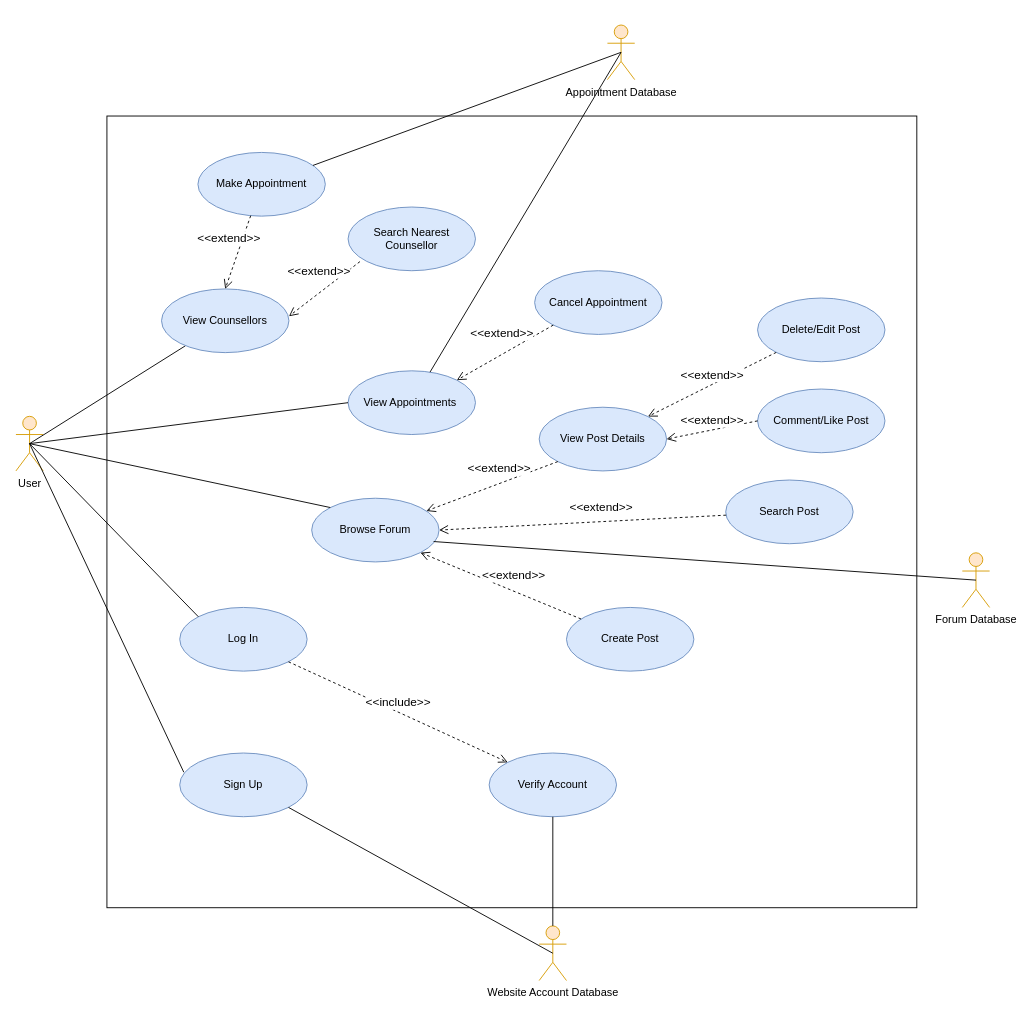
Above: page "Use Case Diagram" (2 of 12) of Untitled Diagram.drawio in EliezerOng/CZ2006-Web-Devz (draw.io), before the change. Source tidied: cells renumbered, new cells numbered last; positions are measured from the earlier drawing's top-left corner, leaving out a move shared by most shapes. Both pictures are drawn from the tidied source at 91%, with x=0, y=0 at pixel (15, 25).
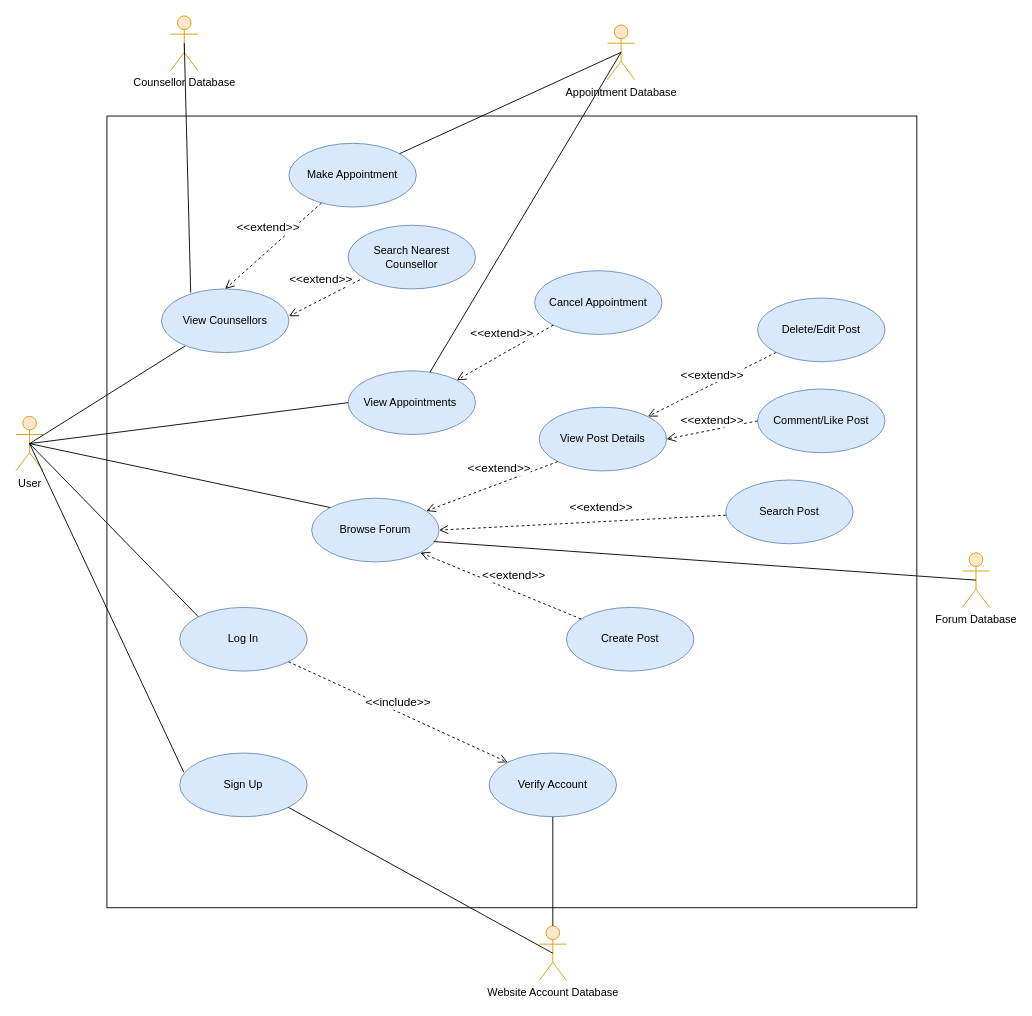
Above is the later version.

The change refers to these unchanged cells:
```xml
<mxCell id="15" value="View Counsellors" style="ellipse;whiteSpace=wrap;html=1;fillColor=#dae8fc;strokeColor=#6c8ebf;" parent="1" vertex="1">
  <mxGeometry x="160" y="290" width="140" height="70" as="geometry" />
</mxCell>
```

Diff of the diagram source:
```diff
@@
     <mxCell id="31" value="Make Appointment" style="ellipse;whiteSpace=wrap;html=1;fillColor=#dae8fc;strokeColor=#6c8ebf;" parent="1" vertex="1">
-      <mxGeometry x="200" y="140" width="140" height="70" as="geometry" />
+      <mxGeometry x="300" y="130" width="140" height="70" as="geometry" />
     </mxCell>
@@
     <mxCell id="38" value="Search Nearest Counsellor" style="ellipse;whiteSpace=wrap;html=1;fillColor=#dae8fc;strokeColor=#6c8ebf;" parent="1" vertex="1">
-      <mxGeometry x="365" y="200" width="140" height="70" as="geometry" />
+      <mxGeometry x="365" y="220" width="140" height="70" as="geometry" />
     </mxCell>
@@
+    <mxCell id="40" value="Counsellor Database" style="shape=umlActor;verticalLabelPosition=bottom;verticalAlign=top;html=1;fillColor=#ffe6cc;strokeColor=#d79b00;" parent="1" vertex="1">
+      <mxGeometry x="170" y="-10" width="30" height="60" as="geometry" />
+    </mxCell>
+    <mxCell id="41" style="endArrow=none;html=1;rounded=0;exitX=0.229;exitY=0.057;exitDx=0;exitDy=0;exitPerimeter=0;entryX=0.5;entryY=0.5;entryDx=0;entryDy=0;entryPerimeter=0;" parent="1" edge="1" source="15" target="40">
+      <mxGeometry relative="1" as="geometry" />
+    </mxCell>
```
